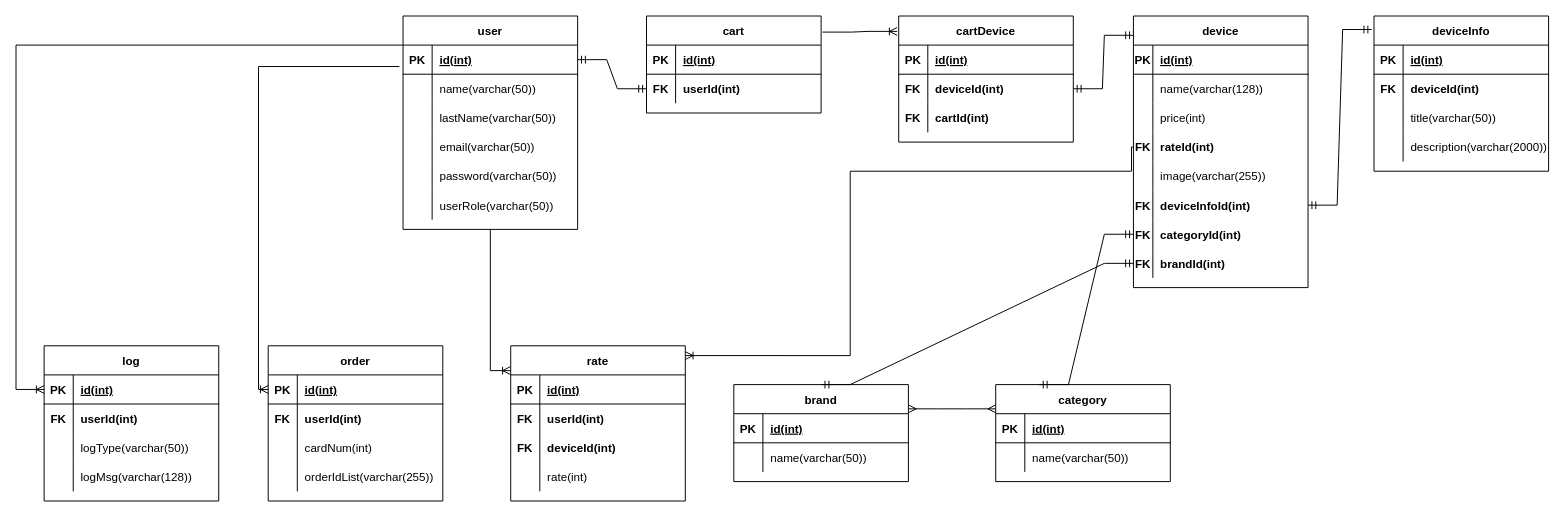
The draw.io diagram Lab2/Lab2.drawio in Freasylol/MDiSUBD, before the edit. Source tidied: cells renumbered, new cells numbered last; positions are measured from the earlier drawing's top-left corner, leaving out a move shared by most shapes. Both pictures are drawn from the tidied source at 97%, with x=0, y=0 at pixel (16, 16).
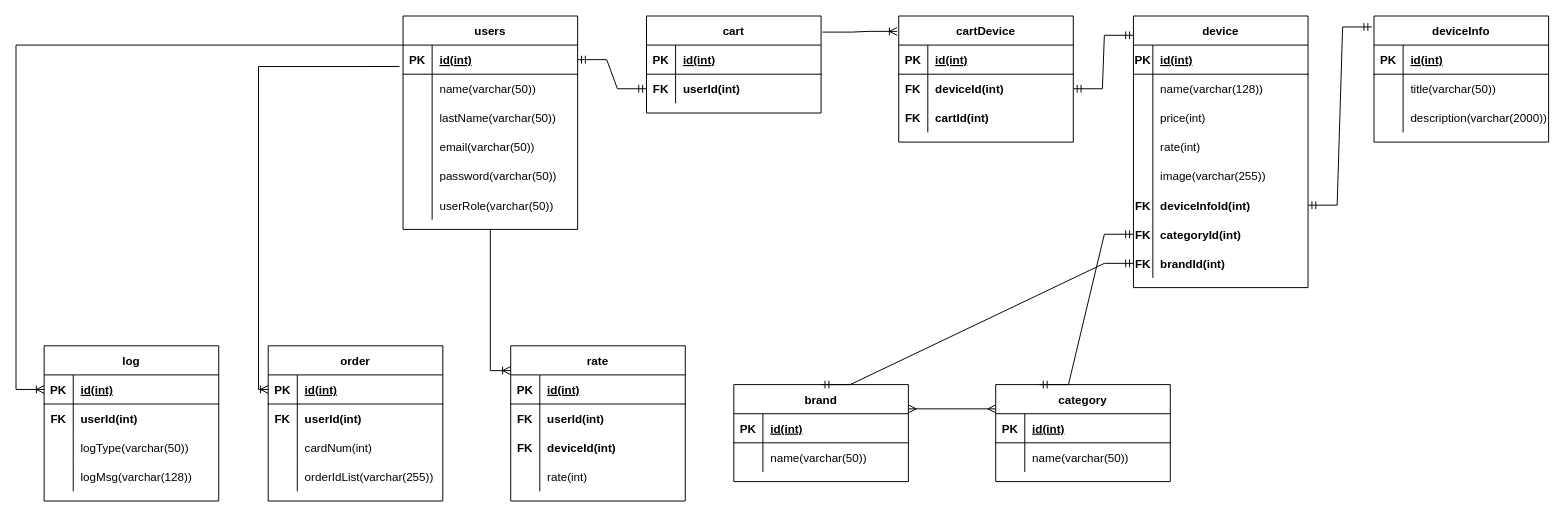
The same diagram, later.

Commit message (it also covers changes not shown here):
fix: relations fix(info.md and diagram)

Unchanged cells that the change refers to:
```xml
<mxCell id="50" style="shape=tableRow;horizontal=0;startSize=0;swimlaneHead=0;swimlaneBody=0;fillColor=none;points=[[0,0.5],[1,0.5]];portConstraint=eastwest;top=0;left=0;right=0;bottom=0;" parent="40" vertex="1">
  <mxGeometry y="120" width="180" height="30" as="geometry" />
</mxCell>
<mxCell id="80" value="rate" style="shape=table;startSize=30;childLayout=tableLayout;rowLines=0;fontStyle=1;align=center;" parent="1" vertex="1">
  <mxGeometry x="510" y="340" width="180" height="160" as="geometry" />
</mxCell>
```

Diff of the diagram source:
```diff
@@
-    <mxCell id="2" value="user" style="shape=table;startSize=30;childLayout=tableLayout;rowLines=0;fontStyle=1;align=center;" parent="1" vertex="1">
+    <mxCell id="2" value="users" style="shape=table;startSize=30;childLayout=tableLayout;rowLines=0;fontStyle=1;align=center;" parent="1" vertex="1">
       <mxGeometry x="399" width="180" height="220" as="geometry" />
     </mxCell>
@@
-    <mxCell id="51" value="FK" style="shape=partialRectangle;fillColor=none;top=0;left=0;bottom=0;right=0;overflow=hidden;fontStyle=1;" parent="50" vertex="1">
+    <mxCell id="51" style="shape=partialRectangle;fillColor=none;top=0;left=0;bottom=0;right=0;overflow=hidden;fontStyle=1;" parent="50" vertex="1">
       <mxGeometry width="20" height="30" as="geometry" />
     </mxCell>
-    <mxCell id="52" value="rateId(int)" style="shape=partialRectangle;fillColor=none;top=0;left=0;bottom=0;right=0;align=left;spacingLeft=6;overflow=hidden;fontStyle=1;" parent="50" vertex="1">
+    <mxCell id="52" value="rate(int)" style="shape=partialRectangle;fillColor=none;top=0;left=0;bottom=0;right=0;align=left;spacingLeft=6;overflow=hidden;fontStyle=0;" parent="50" vertex="1">
       <mxGeometry x="20" width="160" height="30" as="geometry" />
     </mxCell>
@@
     <mxCell id="65" value="deviceInfo" style="shape=table;startSize=30;childLayout=tableLayout;rowLines=0;fontStyle=1;align=center;" parent="1" vertex="1">
-      <mxGeometry x="1400" width="180" height="160" as="geometry" />
+      <mxGeometry x="1400" width="180" height="130" as="geometry" />
     </mxCell>
@@
-    <mxCell id="69" style="shape=tableRow;horizontal=0;startSize=0;swimlaneHead=0;swimlaneBody=0;fillColor=none;top=0;left=0;right=0;bottom=0;" parent="65" vertex="1">
-      <mxGeometry y="60" width="180" height="30" as="geometry" />
-    </mxCell>
-    <mxCell id="70" value="FK" style="shape=partialRectangle;fillColor=none;top=0;left=0;bottom=0;right=0;overflow=hidden;fontStyle=1;" parent="69" vertex="1">
-      <mxGeometry width="30" height="30" as="geometry" />
-    </mxCell>
-    <mxCell id="71" value="deviceId(int)" style="shape=partialRectangle;fillColor=none;top=0;left=0;bottom=0;right=0;align=left;spacingLeft=6;overflow=hidden;fontStyle=1;" parent="69" vertex="1">
-      <mxGeometry x="30" width="150" height="30" as="geometry" />
-    </mxCell>
     <mxCell id="72" style="shape=tableRow;horizontal=0;startSize=0;swimlaneHead=0;swimlaneBody=0;fillColor=none;top=0;left=0;right=0;bottom=0;" parent="65" vertex="1">
-      <mxGeometry y="90" width="180" height="30" as="geometry" />
+      <mxGeometry y="60" width="180" height="30" as="geometry" />
     </mxCell>
@@
     <mxCell id="75" style="shape=tableRow;horizontal=0;startSize=0;swimlaneHead=0;swimlaneBody=0;fillColor=none;top=0;left=0;right=0;bottom=0;" parent="65" vertex="1">
-      <mxGeometry y="120" width="180" height="30" as="geometry" />
+      <mxGeometry y="90" width="180" height="30" as="geometry" />
     </mxCell>
@@
-    <mxCell id="138" style="edgeStyle=orthogonalEdgeStyle;fontSize=12;html=1;endArrow=ERoneToMany;rounded=0;exitX=0;exitY=0.5;exitDx=0;exitDy=0;entryX=1;entryY=0.063;entryDx=0;entryDy=0;entryPerimeter=0;" parent="1" edge="1" source="50" target="80">
-      <mxGeometry relative="1" as="geometry">
-        <Array as="points">
-          <mxPoint x="1150" y="160" />
-          <mxPoint x="860" y="160" />
-          <mxPoint x="860" y="350" />
-        </Array>
-      </mxGeometry>
-    </mxCell>
```
